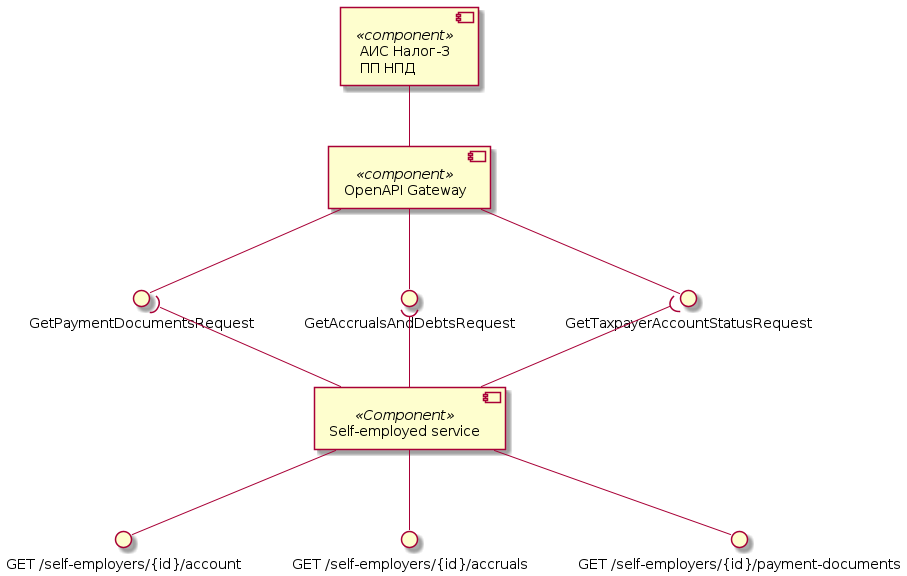
Above: assets/images/diagrams/self-employed-service/components/account-components.png in RaikBitters/ibank-internal-services (PlantUML), before the change. Source of this version:
```plantuml
@startuml account-components

component "АИС Налог-3\nПП НПД" as Tax3 <<component>>
component "OpenAPI Gateway" as OpenAPI <<component>>
interface "GetTaxpayerAccountStatusRequest" as GetAccountStatus
interface "GetAccrualsAndDebtsRequest" as GetAccrualsAndDebts
interface "GetPaymentDocumentsRequest" as GetPaymentDocuments

Tax3 -- OpenAPI
OpenAPI --() GetAccountStatus
OpenAPI --() GetAccrualsAndDebts
OpenAPI --() GetPaymentDocuments

component "Self-employed service" as SelfEmplService <<Component>>
interface "GET /self-employers/{id}/account" as getAccount
interface "GET /self-employers/{id}/accruals" as getAccrualsAndDebts
interface "GET /self-employers/{id}/payment-documents" as getPaymentDocuments

SelfEmplService --() getAccount
SelfEmplService --() getAccrualsAndDebts
SelfEmplService --() getPaymentDocuments

SelfEmplService -up-( GetAccountStatus
SelfEmplService -up-( GetAccrualsAndDebts
SelfEmplService -up-( GetPaymentDocuments

@enduml
```
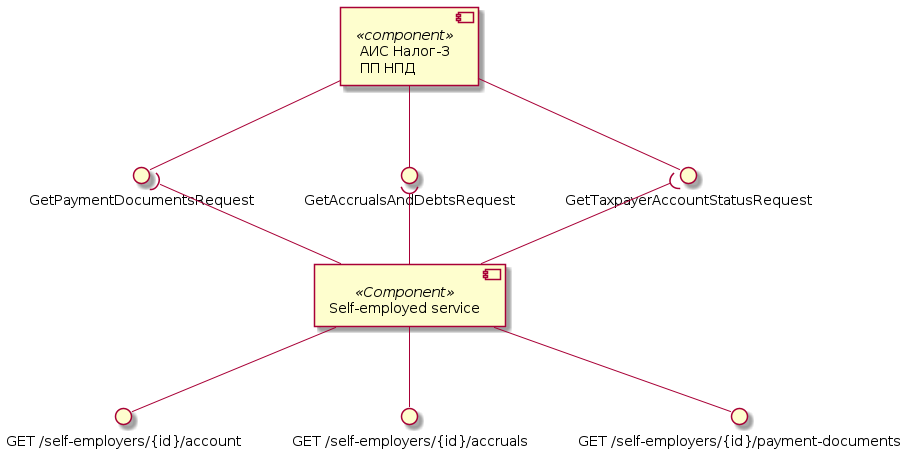
The same file after the commit.

What changed in the source:
```diff
@@ -1,15 +1,13 @@
 @startuml account-components
 
 component "АИС Налог-3\nПП НПД" as Tax3 <<component>>
-component "OpenAPI Gateway" as OpenAPI <<component>>
 interface "GetTaxpayerAccountStatusRequest" as GetAccountStatus
 interface "GetAccrualsAndDebtsRequest" as GetAccrualsAndDebts
 interface "GetPaymentDocumentsRequest" as GetPaymentDocuments
 
-Tax3 -- OpenAPI
-OpenAPI --() GetAccountStatus
-OpenAPI --() GetAccrualsAndDebts
-OpenAPI --() GetPaymentDocuments
+Tax3 --() GetAccountStatus
+Tax3 --() GetAccrualsAndDebts
+Tax3 --() GetPaymentDocuments
 
 component "Self-employed service" as SelfEmplService <<Component>>
 interface "GET /self-employers/{id}/account" as getAccount
```
